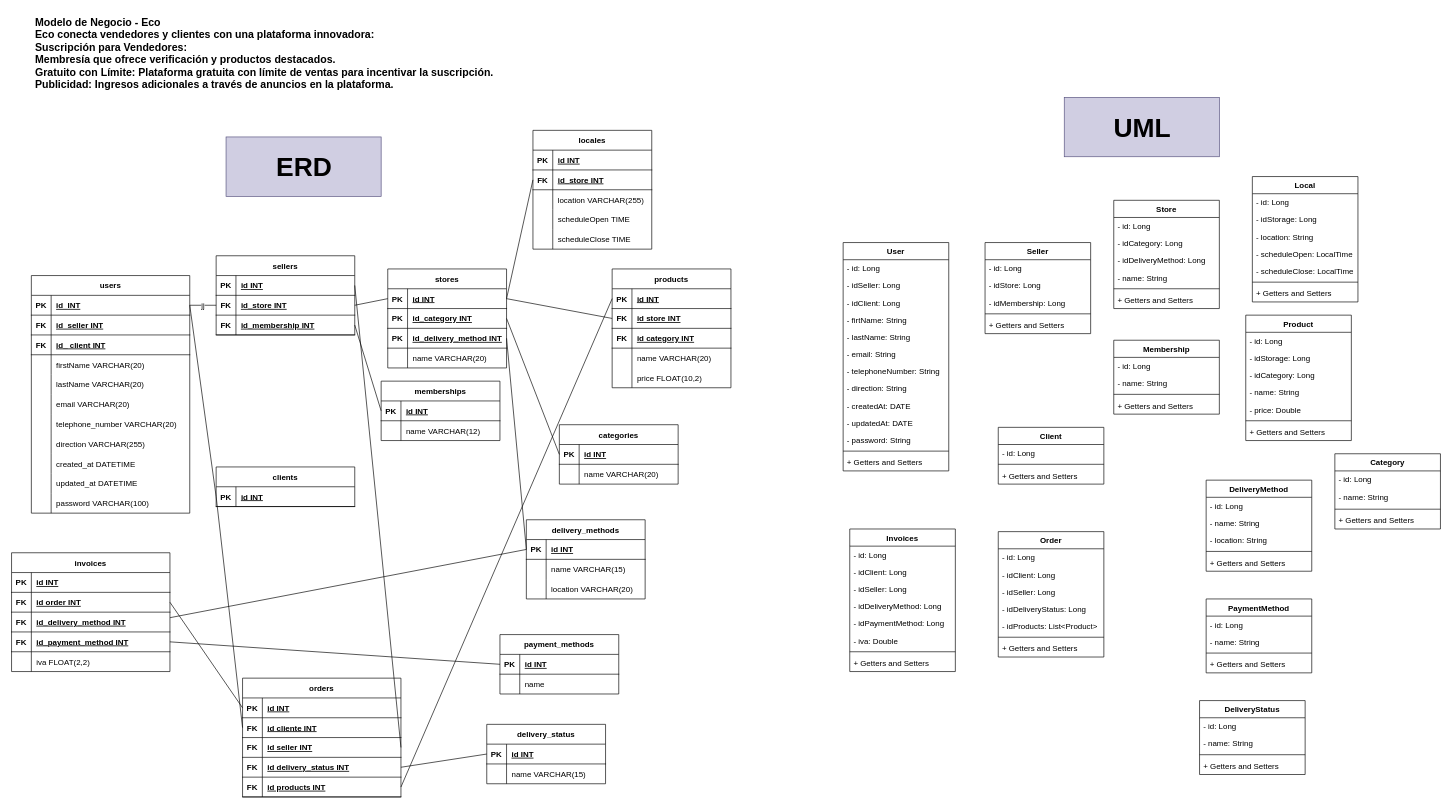
Above: Main.drawio in m1gu3l-d3v/marketplace (draw.io), before the change. Source tidied: cells renumbered, new cells numbered last; positions are measured from the earlier drawing's top-left corner, leaving out a move shared by most shapes. Both pictures are drawn from the tidied source at 66%, with x=0, y=0 at pixel (11, 11).
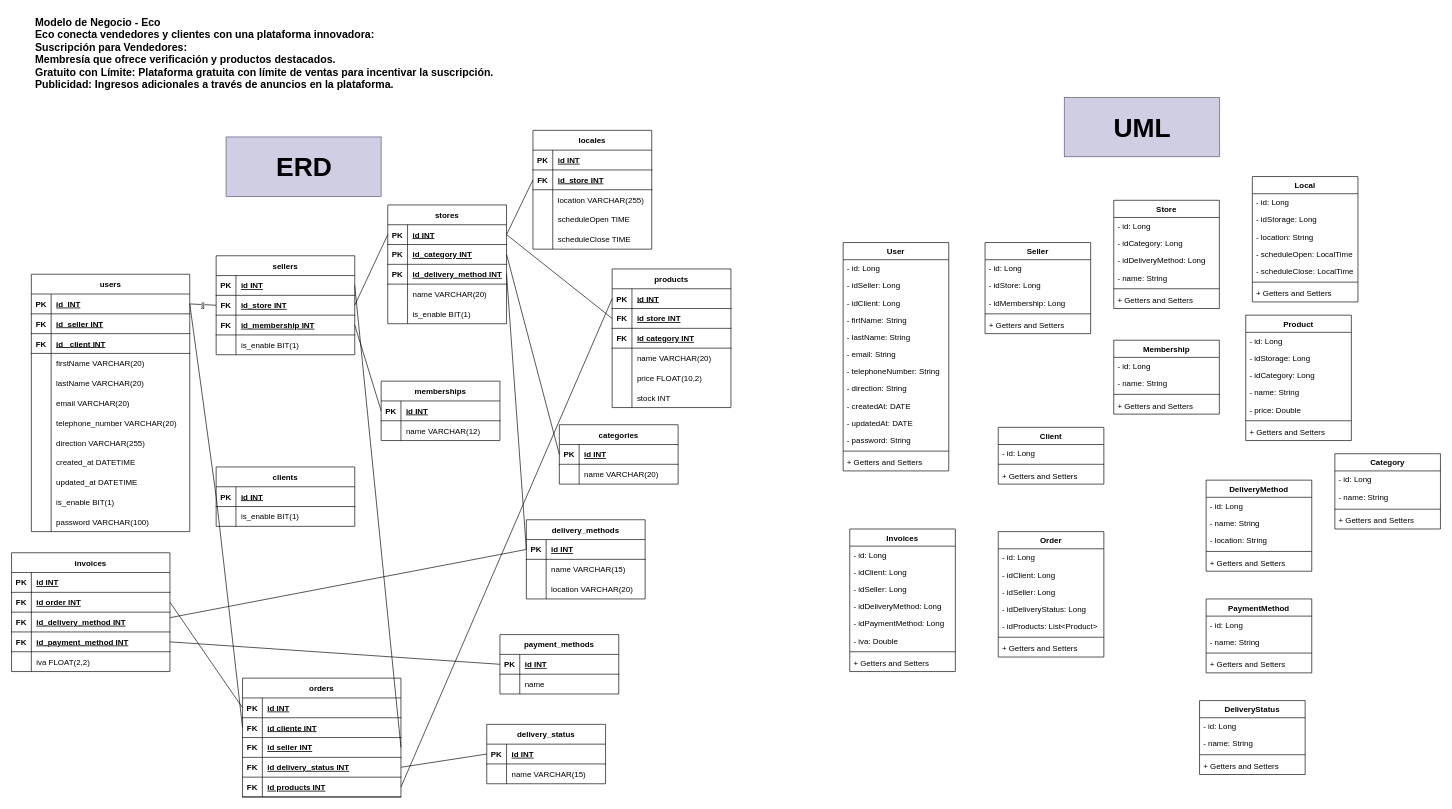
Above is the later version.

Change to the diagram source:
```diff
@@
     <mxCell id="3" value="users" style="shape=table;startSize=30;childLayout=tableLayout;rowLines=0;fontStyle=1;align=center;" parent="1" vertex="1">
-      <mxGeometry x="30" y="400" width="240" height="360" as="geometry" />
+      <mxGeometry x="30" y="398" width="240" height="390" as="geometry" />
     </mxCell>
@@
+    <mxCell id="273" style="shape=tableRow;horizontal=0;startSize=0;swimlaneHead=0;swimlaneBody=0;fillColor=none;top=0;left=0;right=0;bottom=0;" parent="3" vertex="1">
+      <mxGeometry y="330" width="240" height="30" as="geometry" />
+    </mxCell>
+    <mxCell id="274" style="shape=partialRectangle;fillColor=none;top=0;left=0;bottom=0;right=0;overflow=hidden;" parent="273" vertex="1">
+      <mxGeometry width="30" height="30" as="geometry" />
+    </mxCell>
+    <mxCell id="275" value="is_enable BIT(1)" style="shape=partialRectangle;fillColor=none;top=0;left=0;bottom=0;right=0;align=left;spacingLeft=6;overflow=hidden;" parent="273" vertex="1">
+      <mxGeometry x="30" width="210" height="30" as="geometry" />
+    </mxCell>
     <mxCell id="34" style="shape=tableRow;horizontal=0;startSize=0;swimlaneHead=0;swimlaneBody=0;fillColor=none;top=0;left=0;right=0;bottom=0;" parent="3" vertex="1">
-      <mxGeometry y="330" width="240" height="30" as="geometry" />
+      <mxGeometry y="360" width="240" height="30" as="geometry" />
     </mxCell>
@@
     <mxCell id="37" value="sellers" style="shape=table;startSize=30;childLayout=tableLayout;rowLines=0;fontStyle=1;align=center;" parent="1" vertex="1">
-      <mxGeometry x="310" y="370" width="210" height="120" as="geometry" />
+      <mxGeometry x="310" y="370" width="210" height="150" as="geometry" />
     </mxCell>
@@
+    <mxCell id="276" style="shape=tableRow;horizontal=0;startSize=0;swimlaneHead=0;swimlaneBody=0;fillColor=none;top=0;left=0;right=0;bottom=0;" parent="37" vertex="1">
+      <mxGeometry y="120" width="210" height="30" as="geometry" />
+    </mxCell>
+    <mxCell id="277" style="shape=partialRectangle;fillColor=none;top=0;left=0;bottom=0;right=0;overflow=hidden;" parent="276" vertex="1">
+      <mxGeometry width="30" height="30" as="geometry" />
+    </mxCell>
+    <mxCell id="278" value="is_enable BIT(1)" style="shape=partialRectangle;fillColor=none;top=0;left=0;bottom=0;right=0;align=left;spacingLeft=6;overflow=hidden;" parent="276" vertex="1">
+      <mxGeometry x="30" width="180" height="30" as="geometry" />
+    </mxCell>
     <mxCell id="47" value="products" style="shape=table;startSize=30;childLayout=tableLayout;rowLines=0;fontStyle=1;align=center;" parent="1" vertex="1">
-      <mxGeometry x="910" y="390" width="180" height="180" as="geometry" />
+      <mxGeometry x="910" y="390" width="180" height="210" as="geometry" />
     </mxCell>
@@
+    <mxCell id="279" style="shape=tableRow;horizontal=0;startSize=0;swimlaneHead=0;swimlaneBody=0;fillColor=none;top=0;left=0;right=0;bottom=0;" parent="47" vertex="1">
+      <mxGeometry y="180" width="180" height="30" as="geometry" />
+    </mxCell>
+    <mxCell id="280" style="shape=partialRectangle;fillColor=none;top=0;left=0;bottom=0;right=0;overflow=hidden;" parent="279" vertex="1">
+      <mxGeometry width="30" height="30" as="geometry" />
+    </mxCell>
+    <mxCell id="281" value="stock INT" style="shape=partialRectangle;fillColor=none;top=0;left=0;bottom=0;right=0;align=left;spacingLeft=6;overflow=hidden;" parent="279" vertex="1">
+      <mxGeometry x="30" width="150" height="30" as="geometry" />
+    </mxCell>
     <mxCell id="63" value="stores" style="shape=table;startSize=30;childLayout=tableLayout;rowLines=0;fontStyle=1;align=center;" parent="1" vertex="1">
-      <mxGeometry x="570" y="390" width="180" height="150" as="geometry" />
+      <mxGeometry x="570" y="293" width="180" height="180" as="geometry" />
     </mxCell>
@@
+    <mxCell id="282" style="shape=tableRow;horizontal=0;startSize=0;swimlaneHead=0;swimlaneBody=0;fillColor=none;top=0;left=0;right=0;bottom=0;" parent="63" vertex="1">
+      <mxGeometry y="150" width="180" height="30" as="geometry" />
+    </mxCell>
+    <mxCell id="283" style="shape=partialRectangle;fillColor=none;top=0;left=0;bottom=0;right=0;overflow=hidden;" parent="282" vertex="1">
+      <mxGeometry width="30" height="30" as="geometry" />
+    </mxCell>
+    <mxCell id="284" value="is_enable BIT(1)" style="shape=partialRectangle;fillColor=none;top=0;left=0;bottom=0;right=0;align=left;spacingLeft=6;overflow=hidden;" parent="282" vertex="1">
+      <mxGeometry x="30" width="150" height="30" as="geometry" />
+    </mxCell>
@@
     <mxCell id="83" value="clients" style="shape=table;startSize=30;childLayout=tableLayout;rowLines=0;fontStyle=1;align=center;" parent="1" vertex="1">
-      <mxGeometry x="310" y="690" width="210" height="60" as="geometry" />
+      <mxGeometry x="310" y="690" width="210" height="90" as="geometry" />
     </mxCell>
@@
+    <mxCell id="285" style="shape=tableRow;horizontal=0;startSize=0;swimlaneHead=0;swimlaneBody=0;fillColor=none;top=0;left=0;right=0;bottom=0;" parent="83" vertex="1">
+      <mxGeometry y="60" width="210" height="30" as="geometry" />
+    </mxCell>
+    <mxCell id="286" style="shape=partialRectangle;fillColor=none;top=0;left=0;bottom=0;right=0;overflow=hidden;" parent="285" vertex="1">
+      <mxGeometry width="30" height="30" as="geometry" />
+    </mxCell>
+    <mxCell id="287" value="is_enable BIT(1)" style="shape=partialRectangle;fillColor=none;top=0;left=0;bottom=0;right=0;align=left;spacingLeft=6;overflow=hidden;" parent="285" vertex="1">
+      <mxGeometry x="30" width="180" height="30" as="geometry" />
+    </mxCell>
```
